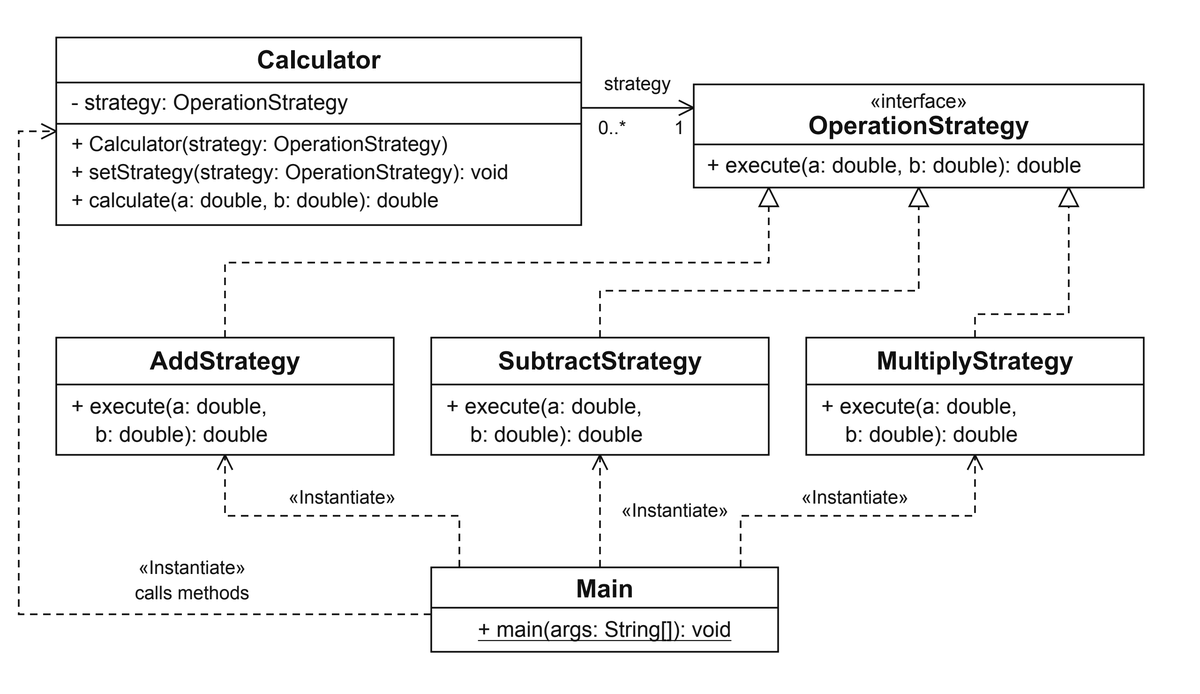
tnaumovv/assignment5-strategy-pattern keeps this PlantUML diagram as report/Strategy_Class_Diagram.png. Above is the earlier version. Its source is kept beside it as report/Strategy_Class_Diagram.puml. Source of this version:
```plantuml
@startuml
skinparam monochrome true
skinparam shadowing false
skinparam classAttributeIconSize 0
skinparam linetype ortho
skinparam ArrowThickness 1
skinparam ClassBorderThickness 1
hide empty fields

class Calculator {
  - strategy: OperationStrategy
  + Calculator(strategy: OperationStrategy)
  + setStrategy(strategy: OperationStrategy): void
  + calculate(a: double, b: double): double
}

interface OperationStrategy {
  + execute(a: double, b: double): double
}

class AddStrategy {
  + execute(a: double, b: double): double
}
class SubtractStrategy {
  + execute(a: double, b: double): double
}
class MultiplyStrategy {
  + execute(a: double, b: double): double
}
class Main {
  {static} + main(args: String[]): void
}

Calculator "0..*" --> "1" OperationStrategy : strategy
OperationStrategy <|.. AddStrategy
OperationStrategy <|.. SubtractStrategy
OperationStrategy <|.. MultiplyStrategy
Main ..> Calculator : <<Instantiate>>\ncalls methods
Main ..> AddStrategy : <<Instantiate>>
Main ..> SubtractStrategy : <<Instantiate>>
Main ..> MultiplyStrategy : <<Instantiate>>
@enduml
```
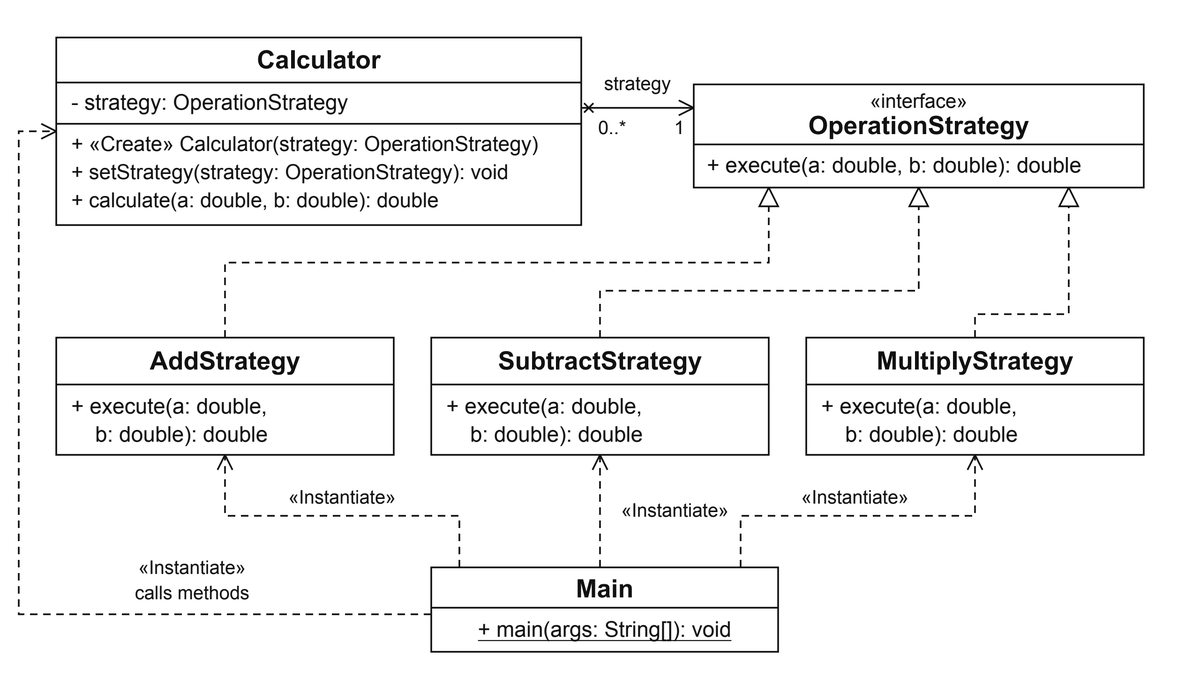
After the change.

Commit message:
docs: clarify UML constructor and association navigation

Change to the diagram source:
```diff
@@ -6,10 +6,11 @@
 skinparam ArrowThickness 1
 skinparam ClassBorderThickness 1
 hide empty fields
+hide circle
 
 class Calculator {
   - strategy: OperationStrategy
-  + Calculator(strategy: OperationStrategy)
+  + «Create» Calculator(strategy: OperationStrategy)
   + setStrategy(strategy: OperationStrategy): void
   + calculate(a: double, b: double): double
 }
@@ -31,7 +32,7 @@
   {static} + main(args: String[]): void
 }
 
-Calculator "0..*" --> "1" OperationStrategy : strategy
+Calculator "0..*" x--> "1" OperationStrategy : strategy
 OperationStrategy <|.. AddStrategy
 OperationStrategy <|.. SubtractStrategy
 OperationStrategy <|.. MultiplyStrategy
```
